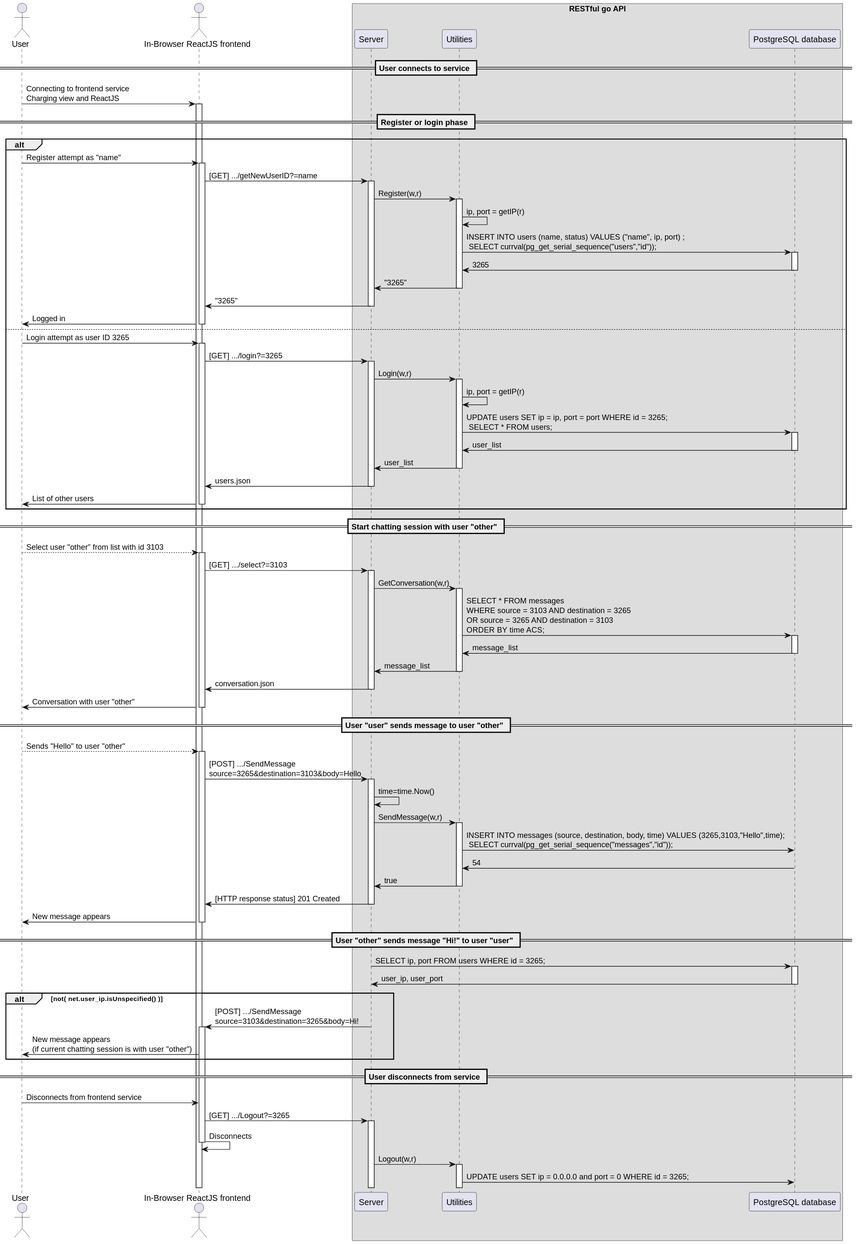
Above: exercice_2/plantuml/sequence_white_box.svg in scanim-valentin/training-restful-go (PlantUML), before the change.
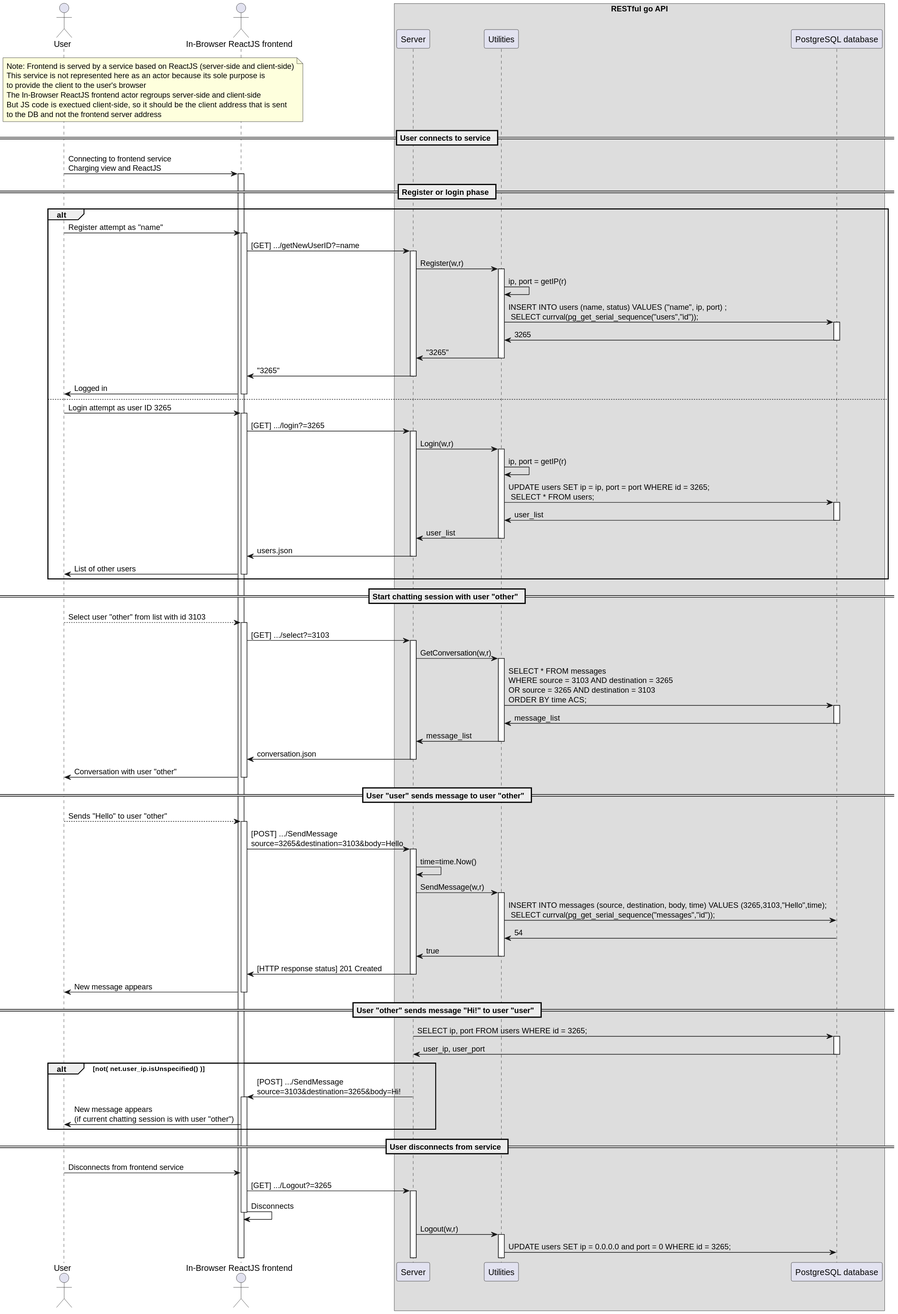
Later version of the same file.

Commit message:
e2: Added frontend details in white box sequence diagram

The edit, as a diff of the source:
```diff
@@ -9,6 +9,7 @@
 
 end box
 
+note over User, front : Note: Frontend is served by a service based on ReactJS (server-side and client-side)\nThis service is not represented here as an actor because its sole purpose is\nto provide the client to the user's browser\nThe In-Browser ReactJS frontend actor regroups server-side and client-side\nBut JS code is exectued client-side, so it should be the client address that is sent\nto the DB and not the frontend server address
 == User connects to service ==
 User -> front ++ : Connecting to frontend service\nCharging view and ReactJS
 
```
